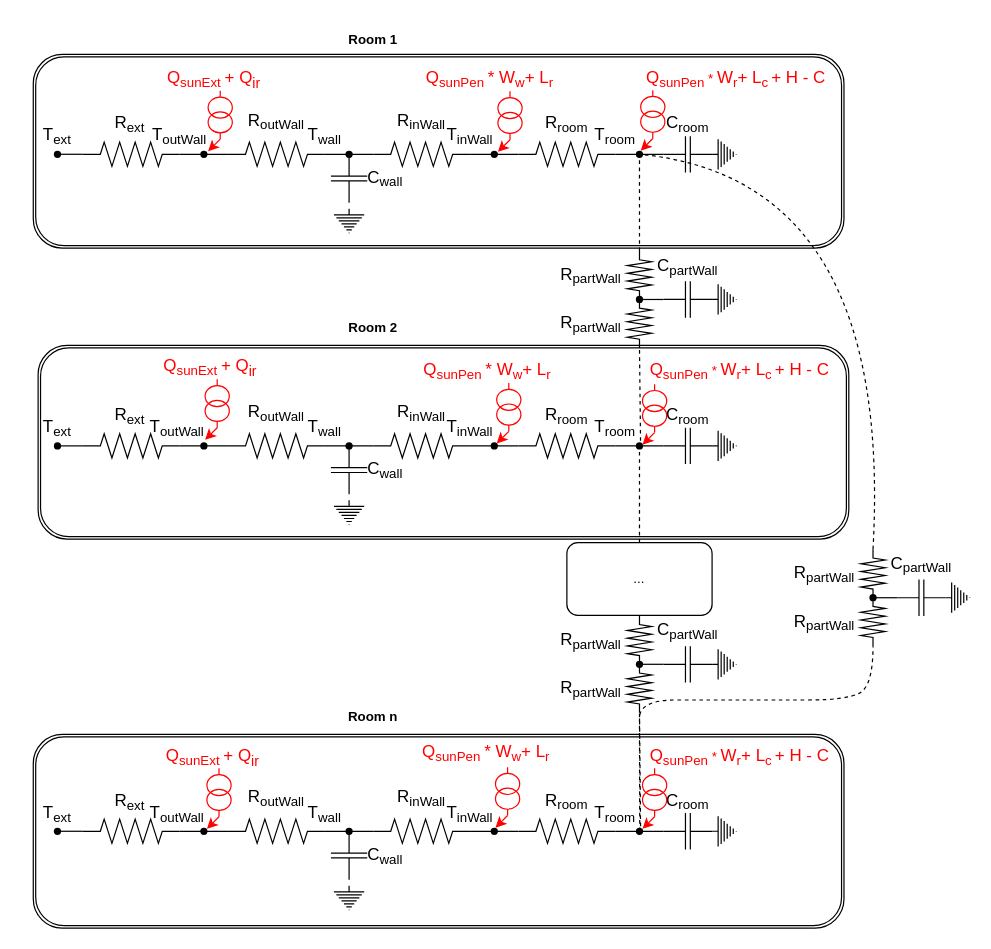
Earlier version of the draw.io diagram rc-building-circuit.drawio (henrikhestnes/esp-r-house). Source tidied: cells renumbered, new cells numbered last; positions are measured from the earlier drawing's top-left corner, leaving out a move shared by most shapes. Both pictures are drawn from the tidied source at 121%, with x=0, y=0 at pixel (21, 21).
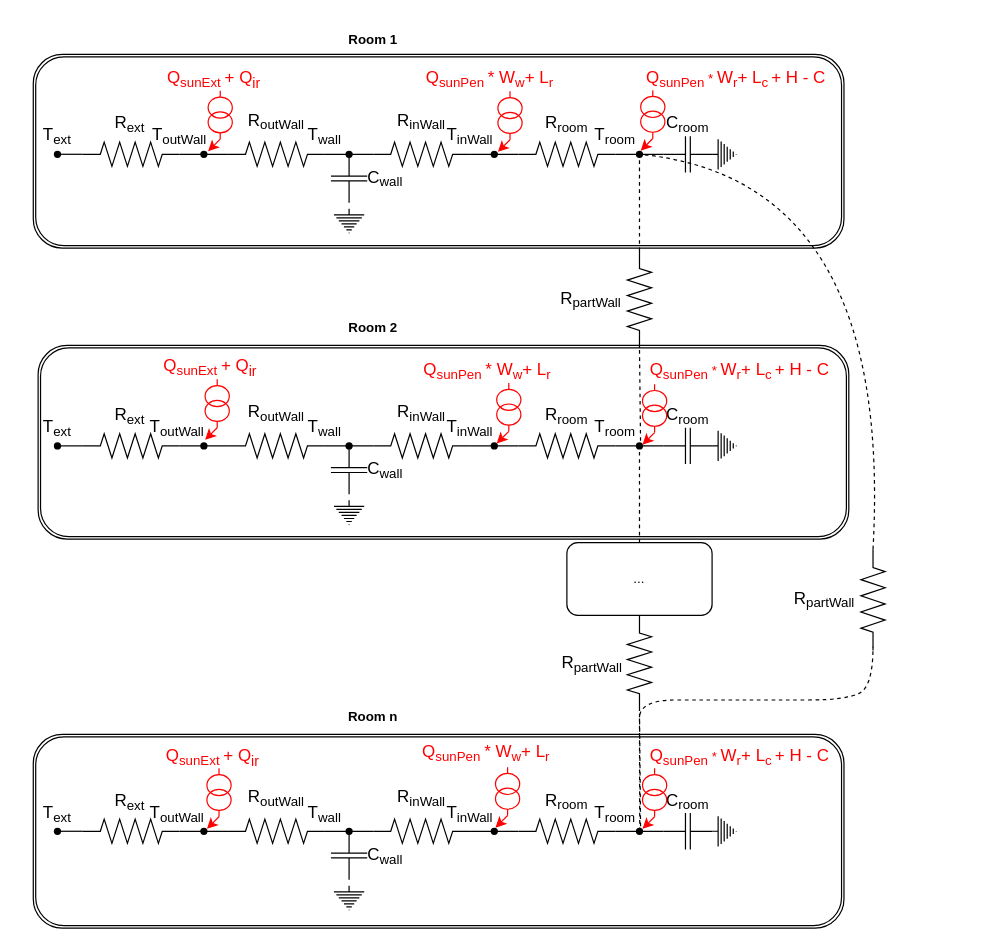
The same diagram, later.

Unchanged cells that the change refers to:
```xml
<mxCell id="67" value="&lt;font style=&quot;font-size: 14px;&quot;&gt;T&lt;/font&gt;&lt;sub style=&quot;&quot;&gt;&lt;font style=&quot;font-size: 11px;&quot;&gt;room&lt;/font&gt;&lt;/sub&gt;" style="text;html=1;strokeColor=none;fillColor=none;align=center;verticalAlign=middle;whiteSpace=wrap;rounded=0;" parent="1" vertex="1">
  <mxGeometry x="461" y="321" width="60" height="30" as="geometry" />
</mxCell>
<mxCell id="109" value="&lt;font style=&quot;font-size: 14px;&quot;&gt;T&lt;/font&gt;&lt;sub style=&quot;&quot;&gt;&lt;font style=&quot;font-size: 11px;&quot;&gt;room&lt;/font&gt;&lt;/sub&gt;" style="text;html=1;strokeColor=none;fillColor=none;align=center;verticalAlign=middle;whiteSpace=wrap;rounded=0;" parent="1" vertex="1">
  <mxGeometry x="461" y="639.5" width="60" height="30" as="geometry" />
</mxCell>
```

Diff of the diagram source:
```diff
@@
     <mxCell id="30" style="verticalLabelPosition=bottom;shadow=0;dashed=0;align=center;html=1;verticalAlign=top;shape=mxgraph.electrical.resistors.resistor_2;direction=south;" parent="1" vertex="1">
-      <mxGeometry x="501" y="190" width="20" height="40" as="geometry" />
+      <mxGeometry x="501" y="190" width="20" height="80" as="geometry" />
     </mxCell>
@@
-    <mxCell id="35" value="&lt;font style=&quot;&quot;&gt;&lt;font style=&quot;&quot;&gt;&lt;span style=&quot;font-size: 14px;&quot;&gt;R&lt;/span&gt;&lt;sub style=&quot;&quot;&gt;&lt;font style=&quot;font-size: 11px;&quot;&gt;partWall&lt;/font&gt;&lt;/sub&gt;&lt;br&gt;&lt;/font&gt;&lt;/font&gt;" style="text;html=1;strokeColor=none;fillColor=none;align=center;verticalAlign=middle;whiteSpace=wrap;rounded=0;" parent="1" vertex="1">
-      <mxGeometry x="441" y="235" width="60" height="30" as="geometry" />
-    </mxCell>
-    <mxCell id="36" style="shape=waypoint;sketch=0;fillStyle=solid;size=6;points=[];fillColor=none;perimeter=centerPerimeter;snapToPoint=1;fontSize=11;" parent="1" vertex="1">
-      <mxGeometry x="491" y="210" width="40" height="40" as="geometry" />
-    </mxCell>
@@
-    <mxCell id="38" style="verticalLabelPosition=bottom;shadow=0;dashed=0;align=center;html=1;verticalAlign=top;shape=mxgraph.electrical.resistors.resistor_2;direction=south;" parent="1" vertex="1">
-      <mxGeometry x="501" y="230" width="20" height="40" as="geometry" />
-    </mxCell>
     <mxCell id="39" value="&lt;font style=&quot;&quot;&gt;&lt;font style=&quot;&quot;&gt;&lt;span style=&quot;font-size: 14px;&quot;&gt;R&lt;/span&gt;&lt;sub style=&quot;&quot;&gt;&lt;font style=&quot;font-size: 11px;&quot;&gt;partWall&lt;/font&gt;&lt;/sub&gt;&lt;br&gt;&lt;/font&gt;&lt;/font&gt;" style="text;html=1;strokeColor=none;fillColor=none;align=center;verticalAlign=middle;whiteSpace=wrap;rounded=0;" parent="1" vertex="1">
-      <mxGeometry x="441" y="195" width="60" height="30" as="geometry" />
+      <mxGeometry x="441" y="215" width="60" height="30" as="geometry" />
     </mxCell>
-    <mxCell id="40" style="verticalLabelPosition=bottom;shadow=0;dashed=0;align=center;html=1;verticalAlign=top;shape=mxgraph.electrical.capacitors.capacitor_1;fontSize=14;direction=west;" parent="1" vertex="1">
-      <mxGeometry x="531" y="215" width="40" height="30" as="geometry" />
-    </mxCell>
-    <mxCell id="41" style="verticalLabelPosition=bottom;shadow=0;dashed=0;align=center;html=1;verticalAlign=top;shape=mxgraph.electrical.signal_sources.protective_earth;fontSize=14;direction=north;" parent="1" vertex="1">
-      <mxGeometry x="571" y="217.5" width="20" height="25" as="geometry" />
-    </mxCell>
-    <mxCell id="42" value="&lt;span style=&quot;font-size: 14px;&quot;&gt;C&lt;/span&gt;&lt;sub style=&quot;&quot;&gt;&lt;font style=&quot;font-size: 11px;&quot;&gt;partWall&lt;/font&gt;&lt;/sub&gt;" style="text;html=1;strokeColor=none;fillColor=none;align=center;verticalAlign=middle;whiteSpace=wrap;rounded=0;" parent="1" vertex="1">
-      <mxGeometry x="521" y="187.5" width="60" height="30" as="geometry" />
-    </mxCell>
-    <mxCell id="43" style="endArrow=none;html=1;rounded=0;fontSize=11;entryX=1;entryY=0.5;entryDx=0;entryDy=0;entryPerimeter=0;" parent="1" edge="1" source="36" target="40">
-      <mxGeometry relative="1" as="geometry" />
-    </mxCell>
-    <mxCell id="44" style="endArrow=none;dashed=1;html=1;rounded=0;fontSize=11;entryX=1;entryY=0.5;entryDx=0;entryDy=0;entryPerimeter=0;exitX=0.849;exitY=1.061;exitDx=0;exitDy=0;exitPerimeter=0;" parent="1" edge="1" source="67" target="38">
-      <mxGeometry relative="1" as="geometry" />
+    <mxCell id="44" style="endArrow=none;dashed=1;html=1;rounded=0;fontSize=11;entryX=1;entryY=0.5;entryDx=0;entryDy=0;entryPerimeter=0;exitX=0.849;exitY=1.061;exitDx=0;exitDy=0;exitPerimeter=0;" parent="1" edge="1" source="67">
+      <mxGeometry relative="1" as="geometry">
+        <mxPoint x="511" y="270" as="targetPoint" />
+      </mxGeometry>
     </mxCell>
@@
     <mxCell id="78" style="verticalLabelPosition=bottom;shadow=0;dashed=0;align=center;html=1;verticalAlign=top;shape=mxgraph.electrical.resistors.resistor_2;direction=south;" parent="1" vertex="1">
-      <mxGeometry x="501" y="491.5" width="20" height="40" as="geometry" />
+      <mxGeometry x="501" y="491.5" width="20" height="78.5" as="geometry" />
     </mxCell>
-    <mxCell id="79" value="&lt;font style=&quot;&quot;&gt;&lt;font style=&quot;&quot;&gt;&lt;span style=&quot;font-size: 14px;&quot;&gt;R&lt;/span&gt;&lt;sub style=&quot;&quot;&gt;&lt;font style=&quot;font-size: 11px;&quot;&gt;partWall&lt;/font&gt;&lt;/sub&gt;&lt;br&gt;&lt;/font&gt;&lt;/font&gt;" style="text;html=1;strokeColor=none;fillColor=none;align=center;verticalAlign=middle;whiteSpace=wrap;rounded=0;" parent="1" vertex="1">
-      <mxGeometry x="441" y="536.5" width="60" height="30" as="geometry" />
-    </mxCell>
-    <mxCell id="80" style="shape=waypoint;sketch=0;fillStyle=solid;size=6;points=[];fillColor=none;perimeter=centerPerimeter;snapToPoint=1;fontSize=11;" parent="1" vertex="1">
-      <mxGeometry x="491" y="511.5" width="40" height="40" as="geometry" />
-    </mxCell>
-    <mxCell id="81" style="verticalLabelPosition=bottom;shadow=0;dashed=0;align=center;html=1;verticalAlign=top;shape=mxgraph.electrical.resistors.resistor_2;direction=south;" parent="1" vertex="1">
-      <mxGeometry x="501" y="531.5" width="20" height="40" as="geometry" />
-    </mxCell>
     <mxCell id="82" value="&lt;font style=&quot;&quot;&gt;&lt;font style=&quot;&quot;&gt;&lt;span style=&quot;font-size: 14px;&quot;&gt;R&lt;/span&gt;&lt;sub style=&quot;&quot;&gt;&lt;font style=&quot;font-size: 11px;&quot;&gt;partWall&lt;/font&gt;&lt;/sub&gt;&lt;br&gt;&lt;/font&gt;&lt;/font&gt;" style="text;html=1;strokeColor=none;fillColor=none;align=center;verticalAlign=middle;whiteSpace=wrap;rounded=0;" parent="1" vertex="1">
-      <mxGeometry x="441" y="496.5" width="60" height="30" as="geometry" />
+      <mxGeometry x="442" y="515.8" width="60" height="30" as="geometry" />
     </mxCell>
-    <mxCell id="83" style="verticalLabelPosition=bottom;shadow=0;dashed=0;align=center;html=1;verticalAlign=top;shape=mxgraph.electrical.capacitors.capacitor_1;fontSize=14;direction=west;" parent="1" vertex="1">
-      <mxGeometry x="531" y="516.5" width="40" height="30" as="geometry" />
-    </mxCell>
-    <mxCell id="84" style="verticalLabelPosition=bottom;shadow=0;dashed=0;align=center;html=1;verticalAlign=top;shape=mxgraph.electrical.signal_sources.protective_earth;fontSize=14;direction=north;" parent="1" vertex="1">
-      <mxGeometry x="571" y="519" width="20" height="25" as="geometry" />
-    </mxCell>
-    <mxCell id="85" value="&lt;span style=&quot;font-size: 14px;&quot;&gt;C&lt;/span&gt;&lt;sub style=&quot;&quot;&gt;&lt;font style=&quot;font-size: 11px;&quot;&gt;partWall&lt;/font&gt;&lt;/sub&gt;" style="text;html=1;strokeColor=none;fillColor=none;align=center;verticalAlign=middle;whiteSpace=wrap;rounded=0;" parent="1" vertex="1">
-      <mxGeometry x="521" y="489" width="60" height="30" as="geometry" />
-    </mxCell>
-    <mxCell id="86" style="endArrow=none;html=1;rounded=0;fontSize=11;entryX=1;entryY=0.5;entryDx=0;entryDy=0;entryPerimeter=0;" parent="1" edge="1" source="80" target="83">
-      <mxGeometry relative="1" as="geometry" />
-    </mxCell>
@@
     <mxCell id="117" style="verticalLabelPosition=bottom;shadow=0;dashed=0;align=center;html=1;verticalAlign=top;shape=mxgraph.electrical.resistors.resistor_2;direction=south;" parent="1" vertex="1">
-      <mxGeometry x="694" y="436.5" width="20" height="40" as="geometry" />
+      <mxGeometry x="694" y="436.5" width="20" height="83.5" as="geometry" />
     </mxCell>
-    <mxCell id="118" value="&lt;font style=&quot;&quot;&gt;&lt;font style=&quot;&quot;&gt;&lt;span style=&quot;font-size: 14px;&quot;&gt;R&lt;/span&gt;&lt;sub style=&quot;&quot;&gt;&lt;font style=&quot;font-size: 11px;&quot;&gt;partWall&lt;/font&gt;&lt;/sub&gt;&lt;br&gt;&lt;/font&gt;&lt;/font&gt;" style="text;html=1;strokeColor=none;fillColor=none;align=center;verticalAlign=middle;whiteSpace=wrap;rounded=0;" parent="1" vertex="1">
-      <mxGeometry x="634" y="481.5" width="60" height="30" as="geometry" />
-    </mxCell>
-    <mxCell id="119" style="shape=waypoint;sketch=0;fillStyle=solid;size=6;points=[];fillColor=none;perimeter=centerPerimeter;snapToPoint=1;fontSize=11;" parent="1" vertex="1">
-      <mxGeometry x="684" y="456.5" width="40" height="40" as="geometry" />
-    </mxCell>
     <mxCell id="120" value="&lt;font style=&quot;&quot;&gt;&lt;font style=&quot;&quot;&gt;&lt;span style=&quot;font-size: 14px;&quot;&gt;R&lt;/span&gt;&lt;sub style=&quot;&quot;&gt;&lt;font style=&quot;font-size: 11px;&quot;&gt;partWall&lt;/font&gt;&lt;/sub&gt;&lt;br&gt;&lt;/font&gt;&lt;/font&gt;" style="text;html=1;strokeColor=none;fillColor=none;align=center;verticalAlign=middle;whiteSpace=wrap;rounded=0;" parent="1" vertex="1">
-      <mxGeometry x="634" y="441.5" width="60" height="30" as="geometry" />
+      <mxGeometry x="634" y="463.2" width="60" height="30" as="geometry" />
     </mxCell>
-    <mxCell id="121" style="verticalLabelPosition=bottom;shadow=0;dashed=0;align=center;html=1;verticalAlign=top;shape=mxgraph.electrical.capacitors.capacitor_1;fontSize=14;direction=west;" parent="1" vertex="1">
-      <mxGeometry x="724" y="461.5" width="40" height="30" as="geometry" />
-    </mxCell>
-    <mxCell id="122" style="verticalLabelPosition=bottom;shadow=0;dashed=0;align=center;html=1;verticalAlign=top;shape=mxgraph.electrical.signal_sources.protective_earth;fontSize=14;direction=north;" parent="1" vertex="1">
-      <mxGeometry x="764" y="464" width="20" height="25" as="geometry" />
-    </mxCell>
-    <mxCell id="123" value="&lt;span style=&quot;font-size: 14px;&quot;&gt;C&lt;/span&gt;&lt;sub style=&quot;&quot;&gt;&lt;font style=&quot;font-size: 11px;&quot;&gt;partWall&lt;/font&gt;&lt;/sub&gt;" style="text;html=1;strokeColor=none;fillColor=none;align=center;verticalAlign=middle;whiteSpace=wrap;rounded=0;" parent="1" vertex="1">
-      <mxGeometry x="714" y="434" width="60" height="30" as="geometry" />
-    </mxCell>
-    <mxCell id="124" style="endArrow=none;html=1;rounded=0;fontSize=11;entryX=1;entryY=0.5;entryDx=0;entryDy=0;entryPerimeter=0;" parent="1" edge="1" source="119" target="121">
-      <mxGeometry relative="1" as="geometry" />
-    </mxCell>
@@
-    <mxCell id="126" style="verticalLabelPosition=bottom;shadow=0;dashed=0;align=center;html=1;verticalAlign=top;shape=mxgraph.electrical.resistors.resistor_2;direction=south;" parent="1" vertex="1">
-      <mxGeometry x="694" y="476.5" width="20" height="40" as="geometry" />
-    </mxCell>
-    <mxCell id="127" style="endArrow=none;dashed=1;html=1;strokeWidth=1;fontSize=11;curved=1;entryX=1;entryY=0.5;entryDx=0;entryDy=0;entryPerimeter=0;exitX=0.837;exitY=0.998;exitDx=0;exitDy=0;exitPerimeter=0;" parent="1" edge="1" source="109" target="126">
+    <mxCell id="127" style="endArrow=none;dashed=1;html=1;strokeWidth=1;fontSize=11;curved=1;exitX=0.837;exitY=0.998;exitDx=0;exitDy=0;exitPerimeter=0;" parent="1" edge="1" source="109">
       <mxGeometry relative="1" as="geometry">
+        <mxPoint x="704" y="517" as="targetPoint" />
         <Array as="points">
           <mxPoint x="511" y="591" />
           <mxPoint x="511" y="561" />
           <mxPoint x="571" y="561" />
           <mxPoint x="621" y="561" />
           <mxPoint x="681" y="561" />
           <mxPoint x="704" y="550" />
         </Array>
       </mxGeometry>
     </mxCell>
```
